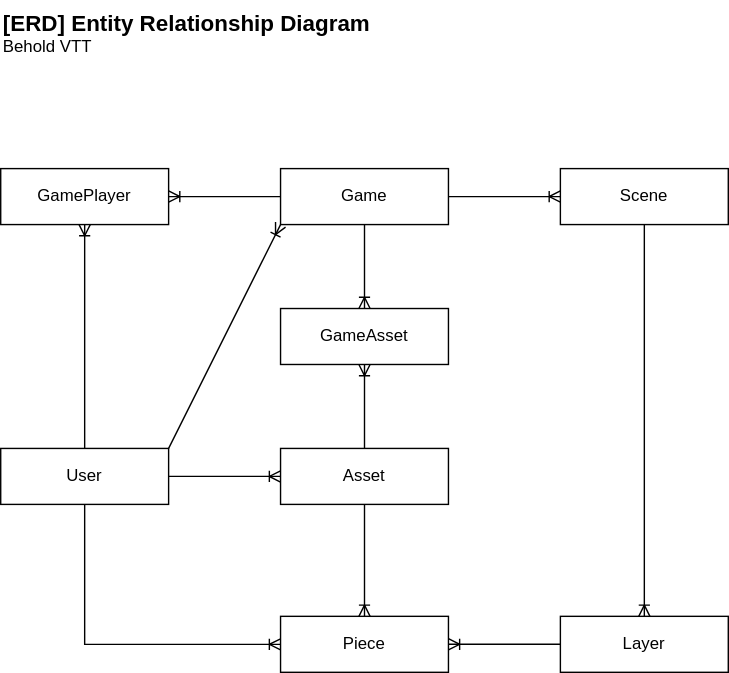
Earlier version of the draw.io export doc/images/erd.drawio.svg (freeborough/behold). Source tidied: cells renumbered, new cells last; positions are measured from the earlier drawing's top-left corner, leaving out a move shared by most shapes.
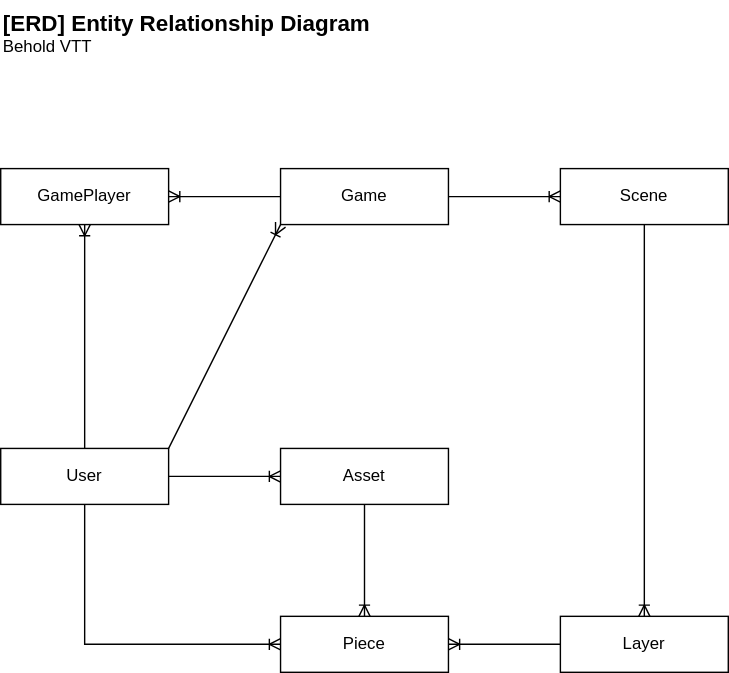
Later version of the same file.

Commit message:
Removed GameAsset from entities and the ERD.

Now the requirement is removed.  We'll revist in a future phase.

The edit, as a diff of the source:
```diff
@@ -5,9 +5,6 @@
     <mxCell id="2" value="User" style="whiteSpace=wrap;html=1;align=center;" parent="1" vertex="1">
       <mxGeometry y="320" width="120" height="40" as="geometry" />
     </mxCell>
-    <mxCell id="3" style="edgeStyle=orthogonalEdgeStyle;rounded=0;jettySize=auto;html=1;entryX=0.5;entryY=0;entryDx=0;entryDy=0;endArrow=ERoneToMany;endFill=0;" parent="1" edge="1" source="6" target="16">
-      <mxGeometry relative="1" as="geometry" />
-    </mxCell>
     <mxCell id="4" style="edgeStyle=orthogonalEdgeStyle;rounded=0;jettySize=auto;html=1;exitX=0;exitY=0.5;exitDx=0;exitDy=0;entryX=1;entryY=0.5;entryDx=0;entryDy=0;endArrow=none;endFill=0;startArrow=ERoneToMany;startFill=0;" parent="1" edge="1" source="9" target="6">
       <mxGeometry relative="1" as="geometry" />
     </mxCell>
@@ -38,15 +35,9 @@
     <mxCell id="13" style="edgeStyle=orthogonalEdgeStyle;rounded=0;jettySize=auto;html=1;endArrow=none;endFill=0;startArrow=ERoneToMany;startFill=0;exitX=0.5;exitY=0;exitDx=0;exitDy=0;" parent="1" edge="1" source="19" target="15">
       <mxGeometry relative="1" as="geometry" />
     </mxCell>
-    <mxCell id="14" style="edgeStyle=orthogonalEdgeStyle;rounded=0;jettySize=auto;html=1;entryX=0.5;entryY=1;entryDx=0;entryDy=0;endArrow=ERoneToMany;endFill=0;" parent="1" edge="1" source="15" target="16">
-      <mxGeometry relative="1" as="geometry" />
-    </mxCell>
     <mxCell id="15" value="Asset" style="whiteSpace=wrap;html=1;align=center;" parent="1" vertex="1">
       <mxGeometry x="200" y="320" width="120" height="40" as="geometry" />
     </mxCell>
-    <mxCell id="16" value="GameAsset" style="whiteSpace=wrap;html=1;align=center;" parent="1" vertex="1">
-      <mxGeometry x="200" y="220" width="120" height="40" as="geometry" />
-    </mxCell>
     <mxCell id="17" style="edgeStyle=orthogonalEdgeStyle;rounded=0;jettySize=auto;html=1;entryX=0.5;entryY=1;entryDx=0;entryDy=0;endArrow=none;endFill=0;startArrow=ERoneToMany;startFill=0;" parent="1" edge="1" source="19" target="2">
       <mxGeometry relative="1" as="geometry" />
     </mxCell>
```
